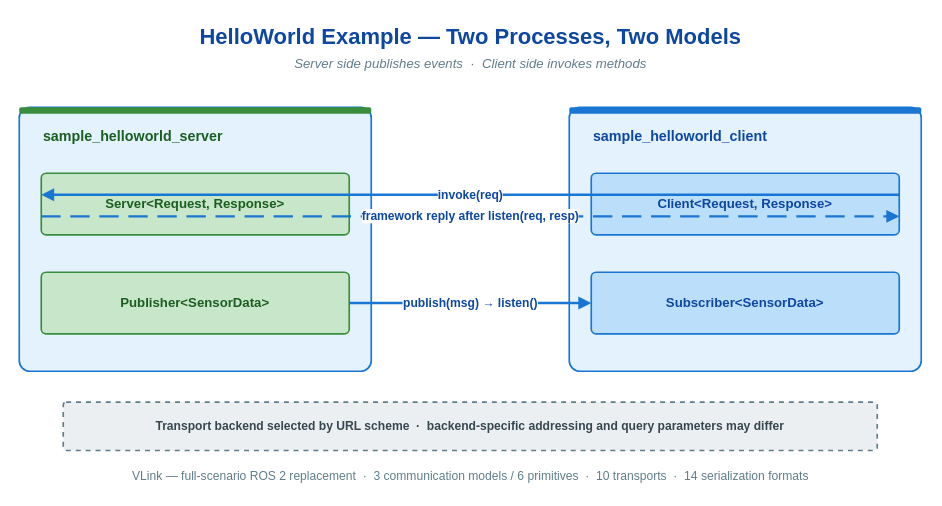
thun-res/vlink keeps this draw.io diagram as doc/images/helloworld-example-flow.drawio. Above is the earlier version. Source tidied: cells renumbered, new cells numbered last; positions are measured from the earlier drawing's top-left corner, leaving out a move shared by most shapes. Both pictures are drawn from the tidied source at 110%, with x=0, y=0 at pixel (19, 19).
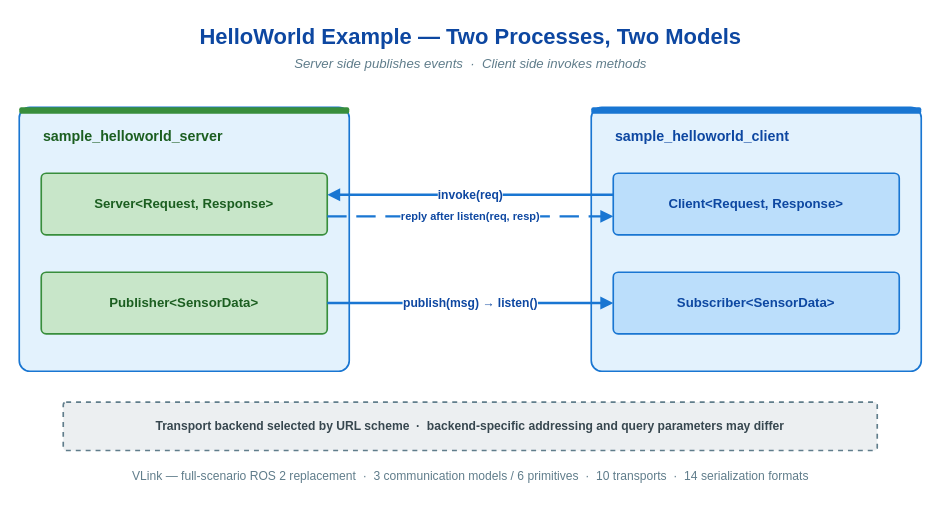
After the change.

Diff of the diagram source:
```diff
@@
 <mxGraphModel>
   <root>
     <mxCell id="0" />
     <mxCell id="1" parent="0" />
     <mxCell id="2" value="HelloWorld Example — Two Processes, Two Models" style="text;html=1;align=center;verticalAlign=middle;strokeColor=none;fillColor=none;fontFamily=Helvetica;fontSize=20;fontStyle=1;fontColor=#0d47a1;rounded=1;shadow=0;" parent="1" vertex="1">
       <mxGeometry width="820" height="30" as="geometry" />
     </mxCell>
     <mxCell id="3" value="Server side publishes events  ·  Client side invokes methods" style="text;html=1;align=center;verticalAlign=middle;strokeColor=none;fillColor=none;fontFamily=Helvetica;fontSize=12;fontStyle=2;fontColor=#607d8b;rounded=1;shadow=0;" parent="1" vertex="1">
       <mxGeometry y="30" width="820" height="22" as="geometry" />
     </mxCell>
     <mxCell id="4" style="rounded=1;whiteSpace=wrap;html=1;fillColor=#e3f2fd;strokeColor=#1976d2;strokeWidth=1.5;arcSize=4;fontFamily=Helvetica;shadow=0;" parent="1" vertex="1">
-      <mxGeometry y="80" width="320" height="240" as="geometry" />
+      <mxGeometry y="80" width="300" height="240" as="geometry" />
     </mxCell>
     <mxCell id="5" style="rounded=1;whiteSpace=wrap;html=1;fillColor=#388e3c;strokeColor=none;arcSize=30;fontFamily=Helvetica;shadow=0;" parent="1" vertex="1">
-      <mxGeometry y="80" width="320" height="6" as="geometry" />
+      <mxGeometry y="80" width="300" height="6" as="geometry" />
     </mxCell>
     <mxCell id="6" value="sample_helloworld_server" style="text;html=1;align=left;verticalAlign=middle;strokeColor=none;fillColor=none;fontFamily=Helvetica;fontSize=13;fontStyle=1;fontColor=#1b5e20;rounded=1;shadow=0;" parent="1" vertex="1">
-      <mxGeometry x="20" y="94" width="300" height="24" as="geometry" />
+      <mxGeometry x="20" y="94" width="260" height="24" as="geometry" />
     </mxCell>
     <mxCell id="7" value="&lt;b&gt;Server&amp;lt;Request, Response&amp;gt;&lt;/b&gt;" style="rounded=1;whiteSpace=wrap;html=1;fillColor=#c8e6c9;strokeColor=#388e3c;strokeWidth=1.5;fontFamily=Helvetica;fontSize=12;fontStyle=1;fontColor=#1b5e20;arcSize=8;shadow=0;" parent="1" vertex="1">
-      <mxGeometry x="20" y="140" width="280" height="56" as="geometry" />
+      <mxGeometry x="20" y="140" width="260" height="56" as="geometry" />
     </mxCell>
     <mxCell id="8" value="&lt;b&gt;Publisher&amp;lt;SensorData&amp;gt;&lt;/b&gt;" style="rounded=1;whiteSpace=wrap;html=1;fillColor=#c8e6c9;strokeColor=#388e3c;strokeWidth=1.5;fontFamily=Helvetica;fontSize=12;fontStyle=1;fontColor=#1b5e20;arcSize=8;shadow=0;" parent="1" vertex="1">
-      <mxGeometry x="20" y="230" width="280" height="56" as="geometry" />
+      <mxGeometry x="20" y="230" width="260" height="56" as="geometry" />
     </mxCell>
     <mxCell id="9" style="rounded=1;whiteSpace=wrap;html=1;fillColor=#e3f2fd;strokeColor=#1976d2;strokeWidth=1.5;arcSize=4;fontFamily=Helvetica;shadow=0;" parent="1" vertex="1">
-      <mxGeometry x="500" y="80" width="320" height="240" as="geometry" />
+      <mxGeometry x="520" y="80" width="300" height="240" as="geometry" />
     </mxCell>
     <mxCell id="10" style="rounded=1;whiteSpace=wrap;html=1;fillColor=#1976d2;strokeColor=none;arcSize=30;fontFamily=Helvetica;shadow=0;" parent="1" vertex="1">
-      <mxGeometry x="500" y="80" width="320" height="6" as="geometry" />
+      <mxGeometry x="520" y="80" width="300" height="6" as="geometry" />
     </mxCell>
     <mxCell id="11" value="sample_helloworld_client" style="text;html=1;align=left;verticalAlign=middle;strokeColor=none;fillColor=none;fontFamily=Helvetica;fontSize=13;fontStyle=1;fontColor=#0d47a1;rounded=1;shadow=0;" parent="1" vertex="1">
-      <mxGeometry x="520" y="94" width="300" height="24" as="geometry" />
+      <mxGeometry x="540" y="94" width="260" height="24" as="geometry" />
     </mxCell>
     <mxCell id="12" value="&lt;b&gt;Client&amp;lt;Request, Response&amp;gt;&lt;/b&gt;" style="rounded=1;whiteSpace=wrap;html=1;fillColor=#bbdefb;strokeColor=#1976d2;strokeWidth=1.5;fontFamily=Helvetica;fontSize=12;fontStyle=1;fontColor=#0d47a1;arcSize=8;shadow=0;" parent="1" vertex="1">
-      <mxGeometry x="520" y="140" width="280" height="56" as="geometry" />
+      <mxGeometry x="540" y="140" width="260" height="56" as="geometry" />
     </mxCell>
     <mxCell id="13" value="&lt;b&gt;Subscriber&amp;lt;SensorData&amp;gt;&lt;/b&gt;" style="rounded=1;whiteSpace=wrap;html=1;fillColor=#bbdefb;strokeColor=#1976d2;strokeWidth=1.5;fontFamily=Helvetica;fontSize=12;fontStyle=1;fontColor=#0d47a1;arcSize=8;shadow=0;" parent="1" vertex="1">
-      <mxGeometry x="520" y="230" width="280" height="56" as="geometry" />
+      <mxGeometry x="540" y="230" width="260" height="56" as="geometry" />
     </mxCell>
-    <mxCell id="14" value="invoke(req)" style="endArrow=block;endFill=1;html=1;rounded=1;strokeWidth=2.2;strokeColor=#1976d2;fontFamily=Helvetica;fontSize=11;fontStyle=1;fontColor=#0d47a1;labelBackgroundColor=#ffffff;exitX=1;exitY=0.35;exitDx=0;exitDy=0;entryX=0;entryY=0.35;entryDx=0;entryDy=0;shadow=0;" parent="1" edge="1" source="12" target="7">
+    <mxCell id="14" value="invoke(req)" style="endArrow=block;endFill=1;html=1;rounded=1;strokeWidth=2.2;strokeColor=#1976d2;fontFamily=Helvetica;fontSize=11;fontStyle=1;fontColor=#0d47a1;labelBackgroundColor=#ffffff;exitX=0;exitY=0.35;exitDx=0;exitDy=0;entryX=1;entryY=0.35;entryDx=0;entryDy=0;shadow=0;" parent="1" edge="1" source="12" target="7">
       <mxGeometry relative="1" as="geometry" />
     </mxCell>
-    <mxCell id="15" value="framework reply after listen(req, resp)" style="endArrow=block;endFill=1;html=1;rounded=1;strokeWidth=2.2;strokeColor=#1976d2;dashed=1;dashPattern=8 4;fontFamily=Helvetica;fontSize=11;fontStyle=1;fontColor=#0d47a1;labelBackgroundColor=#ffffff;exitX=0;exitY=0.7;exitDx=0;exitDy=0;entryX=1;entryY=0.7;entryDx=0;entryDy=0;shadow=0;" parent="1" edge="1" source="7" target="12">
+    <mxCell id="15" value="reply after listen(req, resp)" style="endArrow=block;endFill=1;html=1;rounded=1;strokeWidth=2.2;strokeColor=#1976d2;dashed=1;dashPattern=8 4;fontFamily=Helvetica;fontSize=10;fontStyle=1;fontColor=#0d47a1;labelBackgroundColor=#ffffff;exitX=1;exitY=0.7;exitDx=0;exitDy=0;entryX=0;entryY=0.7;entryDx=0;entryDy=0;shadow=0;" parent="1" edge="1" source="7" target="12">
       <mxGeometry relative="1" as="geometry" />
     </mxCell>
     <mxCell id="16" value="publish(msg) → listen()" style="endArrow=block;endFill=1;html=1;rounded=1;strokeWidth=2.2;strokeColor=#1976d2;fontFamily=Helvetica;fontSize=11;fontStyle=1;fontColor=#0d47a1;labelBackgroundColor=#ffffff;exitX=1;exitY=0.5;exitDx=0;exitDy=0;entryX=0;entryY=0.5;entryDx=0;entryDy=0;shadow=0;" parent="1" edge="1" source="8" target="13">
       <mxGeometry relative="1" as="geometry" />
     </mxCell>
     <mxCell id="17" value="Transport backend selected by URL scheme  ·  backend-specific addressing and query parameters may differ" style="rounded=1;whiteSpace=wrap;html=1;fillColor=#eceff1;strokeColor=#607d8b;strokeWidth=1.5;fontFamily=Helvetica;fontSize=11;fontStyle=1;fontColor=#37474f;align=center;verticalAlign=middle;arcSize=6;dashed=1;shadow=0;" parent="1" vertex="1">
       <mxGeometry x="40" y="348" width="740" height="44" as="geometry" />
     </mxCell>
     <mxCell id="18" value="VLink — full-scenario ROS 2 replacement  ·  3 communication models / 6 primitives  ·  10 transports  ·  14 serialization formats" style="text;html=1;align=center;verticalAlign=middle;strokeColor=none;fillColor=none;fontFamily=Helvetica;fontSize=11;fontStyle=0;fontColor=#607d8b;rounded=1;shadow=0;" parent="1" vertex="1">
       <mxGeometry y="404" width="820" height="22" as="geometry" />
     </mxCell>
   </root>
 </mxGraphModel>
```
